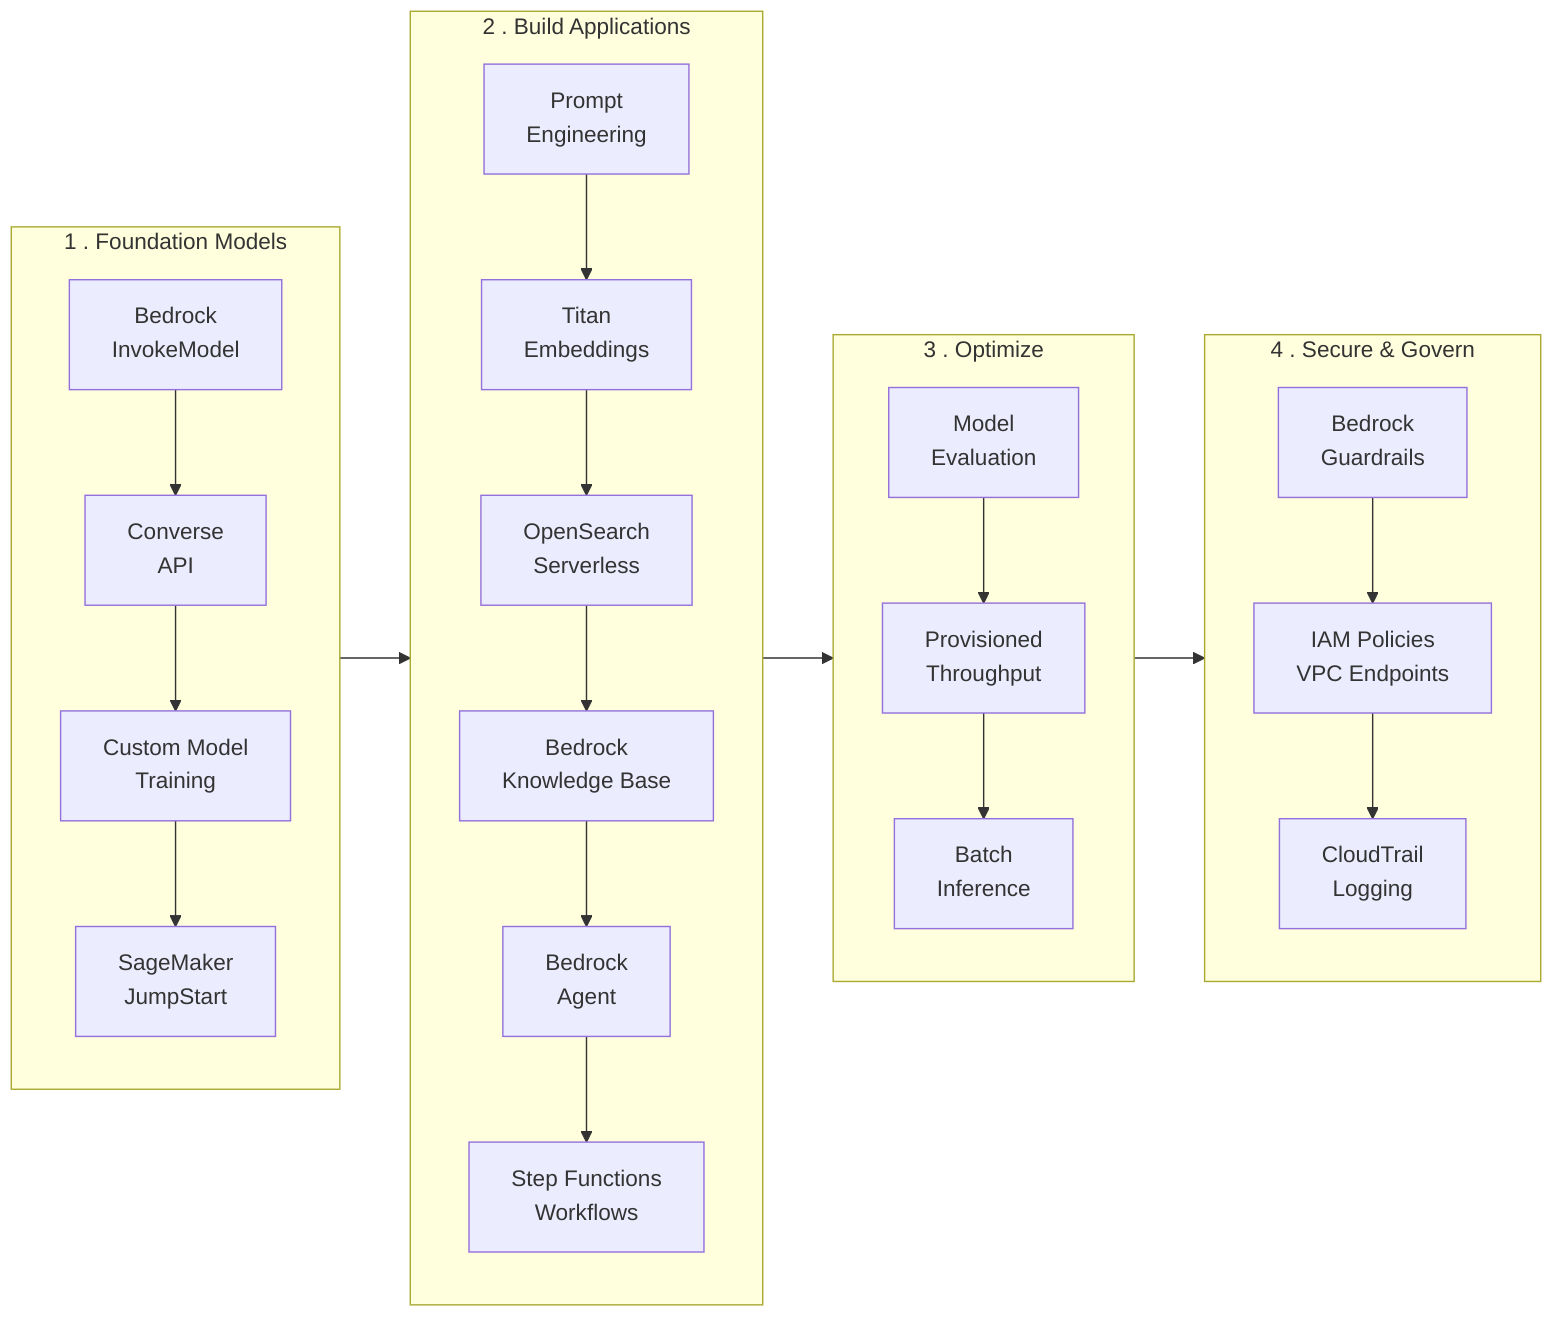
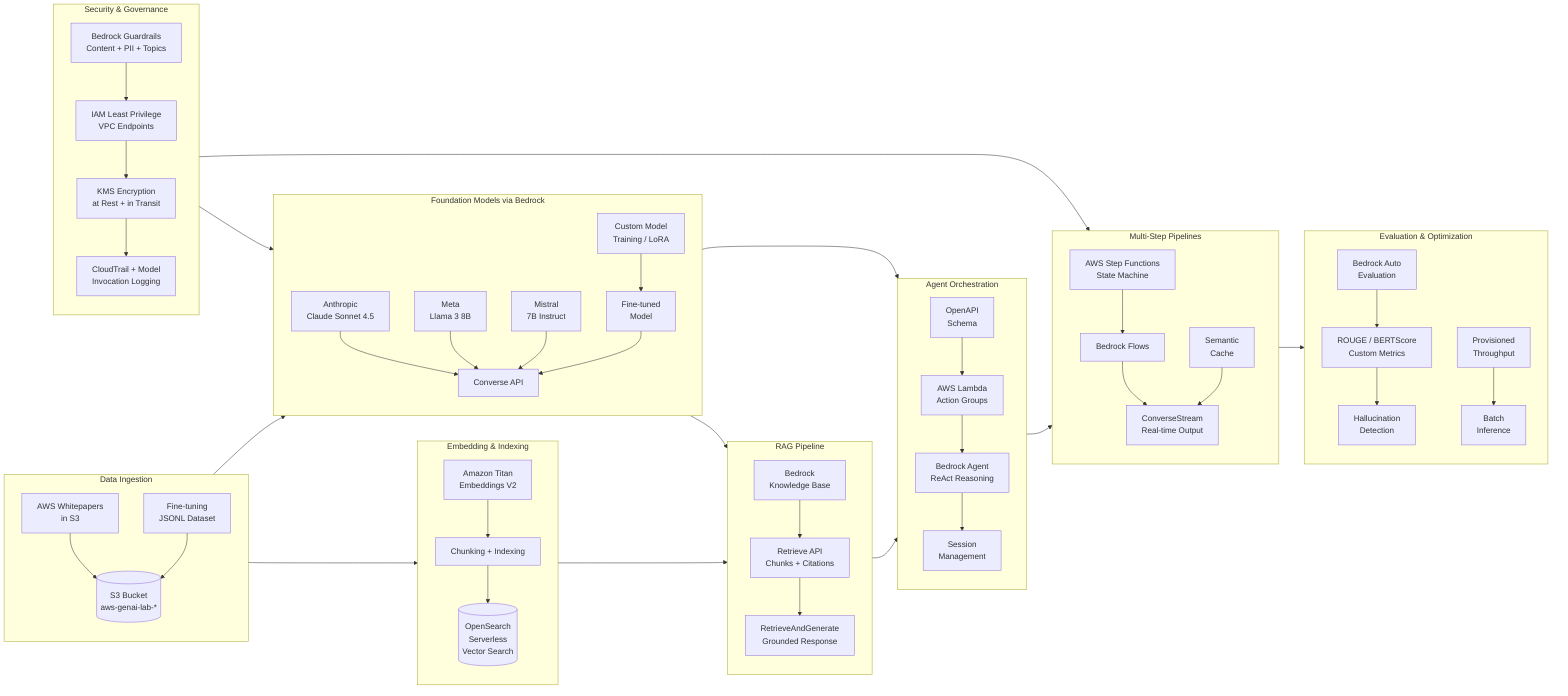
flowchart LR
-     subgraph D1["1 . Foundation Models"]
+     subgraph INGEST["Data Ingestion"]
        direction TB
-         MODELS[Bedrock<br/>InvokeModel] --> CONVERSE[Converse<br/>API]
-         CONVERSE --> FINETUNE[Custom Model<br/>Training]
-         FINETUNE --> JUMP[SageMaker<br/>JumpStart]
+         WP[AWS Whitepapers<br/>in S3] --> S3[("S3 Bucket<br/>aws-genai-lab-*")]
+         JSONL[Fine-tuning<br/>JSONL Dataset] --> S3
    end

-     subgraph D2["2 . Build Applications"]
+     subgraph EMBED["Embedding & Indexing"]
        direction TB
-         PROMPT[Prompt<br/>Engineering] --> EMBED[Titan<br/>Embeddings]
-         EMBED --> OSS[OpenSearch<br/>Serverless]
-         OSS --> KB[Bedrock<br/>Knowledge Base]
-         KB --> AGENT[Bedrock<br/>Agent]
-         AGENT --> FLOW[Step Functions<br/>Workflows]
+         TITAN_E[Amazon Titan<br/>Embeddings V2] --> CHUNK[Chunking + Indexing]
+         CHUNK --> OSS[("OpenSearch<br/>Serverless<br/>Vector Search")]
    end

-     subgraph D3["3 . Optimize"]
+     subgraph FM["Foundation Models via Bedrock"]
        direction TB
-         EVAL[Model<br/>Evaluation] --> PROV[Provisioned<br/>Throughput]
-         PROV --> BATCH[Batch<br/>Inference]
+         CLAUDE[Anthropic<br/>Claude Sonnet 4.5] --> CONVERSE[Converse API]
+         LLAMA[Meta<br/>Llama 3 8B] --> CONVERSE
+         MISTRAL[Mistral<br/>7B Instruct] --> CONVERSE
+         TRAIN[Custom Model<br/>Training / LoRA] --> CUSTOM[Fine-tuned<br/>Model]
+         CUSTOM --> CONVERSE
    end

-     subgraph D4["4 . Secure & Govern"]
+     subgraph RAG["RAG Pipeline"]
        direction TB
-         GUARD[Bedrock<br/>Guardrails] --> IAM[IAM Policies<br/>VPC Endpoints]
-         IAM --> TRAIL[CloudTrail<br/>Logging]
+         KB[Bedrock<br/>Knowledge Base] --> RETRIEVE[Retrieve API<br/>Chunks + Citations]
+         RETRIEVE --> GENERATE[RetrieveAndGenerate<br/>Grounded Response]
    end

-     JUMP --> PROMPT
-     FLOW --> EVAL
-     BATCH --> GUARD
+     subgraph AGENT["Agent Orchestration"]
+         direction TB
+         SCHEMA[OpenAPI<br/>Schema] --> LAMBDA[AWS Lambda<br/>Action Groups]
+         LAMBDA --> BEDROCK_AGENT[Bedrock Agent<br/>ReAct Reasoning]
+         BEDROCK_AGENT --> SESSION[Session<br/>Management]
+     end
+ 
+     subgraph WORKFLOW["Multi-Step Pipelines"]
+         direction TB
+         SFN[AWS Step Functions<br/>State Machine] --> FLOWS[Bedrock Flows]
+         FLOWS --> STREAM[ConverseStream<br/>Real-time Output]
+         CACHE[Semantic<br/>Cache] --> STREAM
+     end
+ 
+     subgraph EVAL["Evaluation & Optimization"]
+         direction TB
+         AUTO[Bedrock Auto<br/>Evaluation] --> ROUGE[ROUGE / BERTScore<br/>Custom Metrics]
+         ROUGE --> HALLUC[Hallucination<br/>Detection]
+         PROV[Provisioned<br/>Throughput] --> BATCH[Batch<br/>Inference]
+     end
+ 
+     subgraph SECURE["Security & Governance"]
+         direction TB
+         GUARD[Bedrock Guardrails<br/>Content + PII + Topics] --> IAM[IAM Least Privilege<br/>VPC Endpoints]
+         IAM --> KMS[KMS Encryption<br/>at Rest + in Transit]
+         KMS --> TRAIL[CloudTrail + Model<br/>Invocation Logging]
+     end
+ 
+     S3 --> TITAN_E
+     S3 --> TRAIN
+     OSS --> KB
+     CONVERSE --> GENERATE
+     CONVERSE --> BEDROCK_AGENT
+     KB --> BEDROCK_AGENT
+     SESSION --> SFN
+     STREAM --> AUTO
+     GUARD --> CONVERSE
+     TRAIL --> SFN
